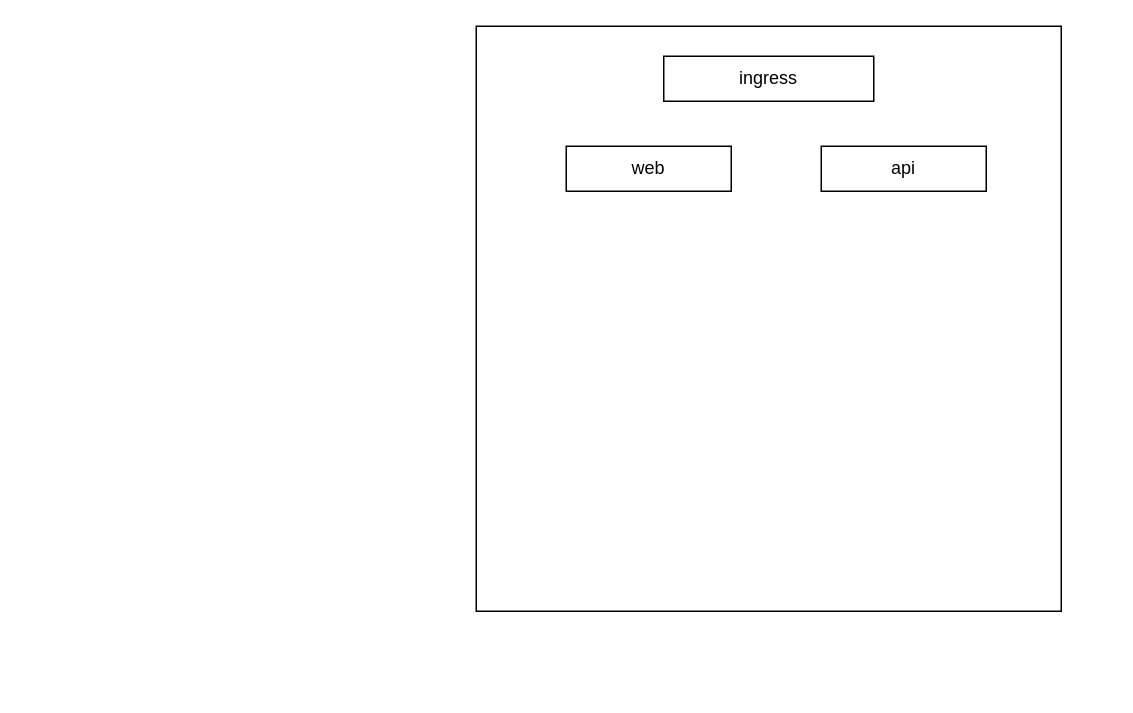
The draw.io diagram doc/未命名绘图.drawio in ccr606388/bus, before the edit. Source tidied: cells renumbered, new cells numbered last; positions are measured from the earlier drawing's top-left corner, leaving out a move shared by most shapes. Both pictures are drawn from the tidied source at 150%, with x=0, y=0 at pixel (476, 26).
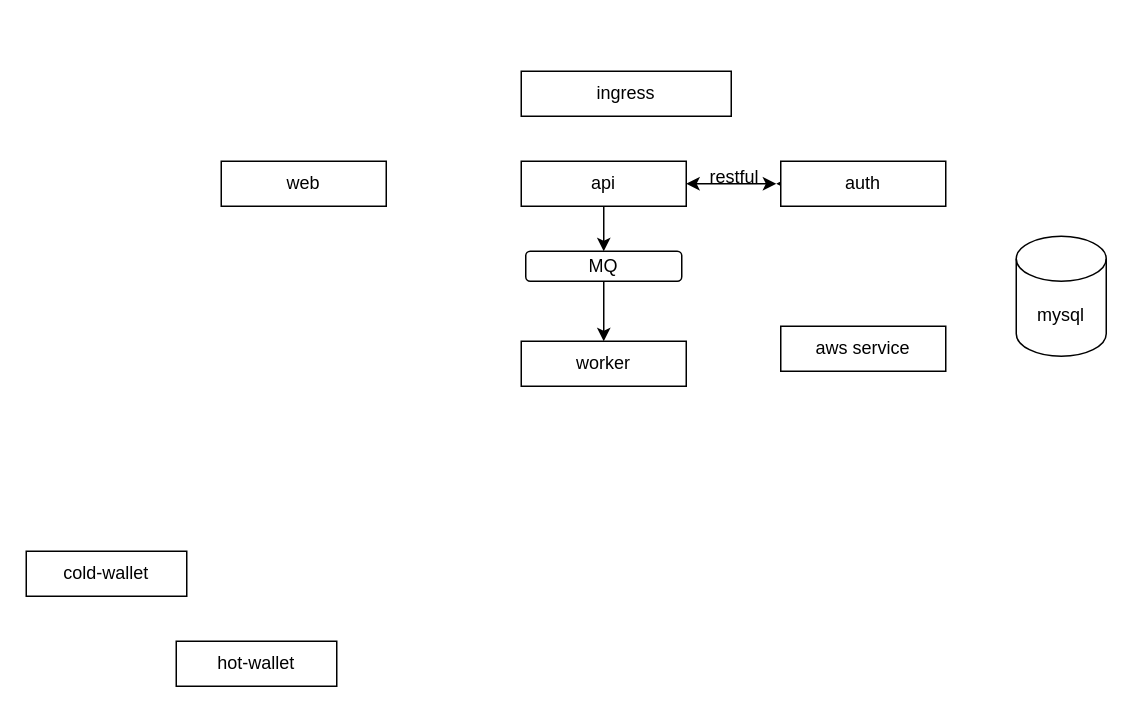
Above is the later version.

Commit message:
更新未命名绘图.drawio

What changed in the source:
```diff
@@
 <mxGraphModel>
   <root>
     <mxCell id="0" />
     <mxCell id="1" parent="0" />
-    <mxCell id="2" style="whiteSpace=wrap;html=1;" parent="1" vertex="1">
-      <mxGeometry width="390" height="390" as="geometry" />
-    </mxCell>
     <mxCell id="3" value="ingress" style="rounded=0;whiteSpace=wrap;html=1;" parent="1" vertex="1">
-      <mxGeometry x="125" y="20" width="140" height="30" as="geometry" />
+      <mxGeometry x="30" y="30" width="140" height="30" as="geometry" />
     </mxCell>
     <mxCell id="4" value="web" style="rounded=0;whiteSpace=wrap;html=1;" parent="1" vertex="1">
-      <mxGeometry x="60" y="80" width="110" height="30" as="geometry" />
+      <mxGeometry x="-170" y="90" width="110" height="30" as="geometry" />
     </mxCell>
     <mxCell id="5" value="api" style="rounded=0;whiteSpace=wrap;html=1;" parent="1" vertex="1">
-      <mxGeometry x="230" y="80" width="110" height="30" as="geometry" />
+      <mxGeometry x="30" y="90" width="110" height="30" as="geometry" />
     </mxCell>
+    <mxCell id="6" value="cold-wallet" style="rounded=0;whiteSpace=wrap;html=1;" parent="1" vertex="1">
+      <mxGeometry x="-300" y="350" width="107" height="30" as="geometry" />
+    </mxCell>
+    <mxCell id="7" value="hot-wallet" style="rounded=0;whiteSpace=wrap;html=1;" parent="1" vertex="1">
+      <mxGeometry x="-200" y="410" width="107" height="30" as="geometry" />
+    </mxCell>
+    <mxCell id="8" style="edgeStyle=orthogonalEdgeStyle;rounded=0;jettySize=auto;html=1;exitX=0;exitY=0.5;exitDx=0;exitDy=0;" parent="1" edge="1" source="9">
+      <mxGeometry relative="1" as="geometry">
+        <mxPoint x="200" y="105" as="targetPoint" />
+      </mxGeometry>
+    </mxCell>
+    <mxCell id="9" value="auth" style="rounded=0;whiteSpace=wrap;html=1;" parent="1" vertex="1">
+      <mxGeometry x="203" y="90" width="110" height="30" as="geometry" />
+    </mxCell>
+    <mxCell id="10" value="worker" style="rounded=0;whiteSpace=wrap;html=1;" parent="1" vertex="1">
+      <mxGeometry x="30" y="210" width="110" height="30" as="geometry" />
+    </mxCell>
+    <mxCell id="11" value="aws service" style="rounded=0;whiteSpace=wrap;html=1;" parent="1" vertex="1">
+      <mxGeometry x="203" y="200" width="110" height="30" as="geometry" />
+    </mxCell>
+    <mxCell id="12" value="mysql" style="shape=cylinder3;whiteSpace=wrap;html=1;boundedLbl=1;backgroundOutline=1;size=15;" parent="1" vertex="1">
+      <mxGeometry x="360" y="140" width="60" height="80" as="geometry" />
+    </mxCell>
+    <mxCell id="13" style="group;" parent="1" vertex="1">
+      <mxGeometry x="150" y="90" width="60" height="20" as="geometry" />
+    </mxCell>
+    <mxCell id="14" style="endArrow=classic;startArrow=classic;html=1;rounded=0;exitX=1;exitY=0.5;exitDx=0;exitDy=0;" parent="13" edge="1" source="5">
+      <mxGeometry relative="1" as="geometry">
+        <mxPoint x="50" y="15" as="targetPoint" />
+      </mxGeometry>
+    </mxCell>
+    <mxCell id="15" value="restful" style="text;strokeColor=none;fillColor=none;align=left;verticalAlign=middle;spacingLeft=4;spacingRight=4;overflow=hidden;" parent="13" vertex="1">
+      <mxGeometry width="60" height="20" as="geometry" />
+    </mxCell>
+    <mxCell id="16" value="MQ" style="rounded=1;whiteSpace=wrap;html=1;" parent="1" vertex="1">
+      <mxGeometry x="33" y="150" width="104" height="20" as="geometry" />
+    </mxCell>
+    <mxCell id="17" style="endArrow=classic;html=1;rounded=0;exitX=0.5;exitY=1;exitDx=0;exitDy=0;entryX=0.5;entryY=0;entryDx=0;entryDy=0;" parent="1" edge="1" source="5" target="16">
+      <mxGeometry relative="1" as="geometry" />
+    </mxCell>
+    <mxCell id="18" style="endArrow=classic;html=1;rounded=0;exitX=0.5;exitY=1;exitDx=0;exitDy=0;entryX=0.5;entryY=0;entryDx=0;entryDy=0;" parent="1" edge="1" source="16" target="10">
+      <mxGeometry relative="1" as="geometry" />
+    </mxCell>
   </root>
 </mxGraphModel>
```
